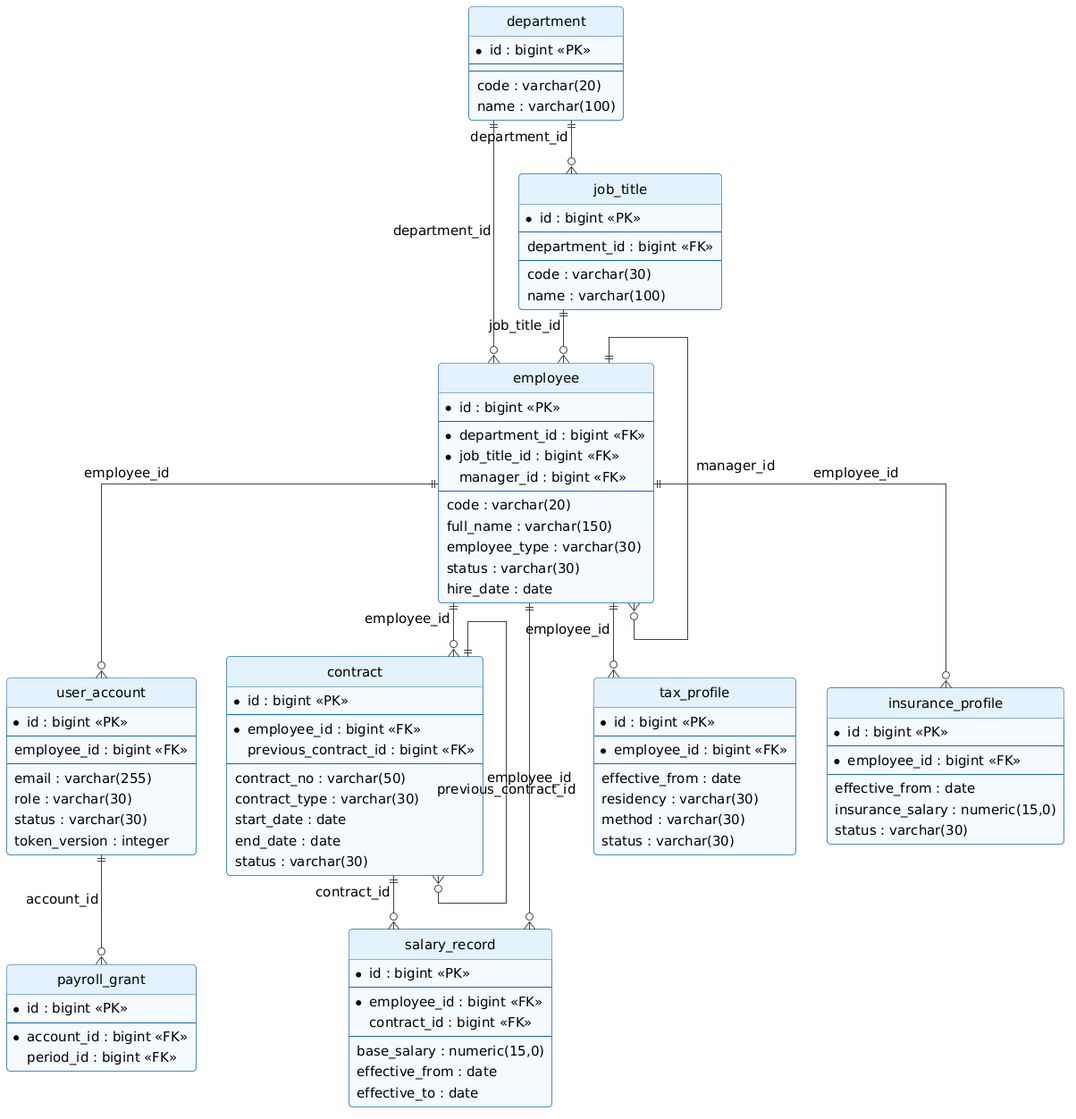
The PlantUML diagram docs/uml/png/fig4_4_erd_account_hr.png in gihan160306/HRFlow, before a commit. Source of this version:
```plantuml
@startuml
skinparam backgroundColor #FFFFFF
skinparam shadowing false
skinparam roundCorner 8
skinparam defaultFontSize 16
skinparam ArrowColor #444444
skinparam ArrowFontSize 14
skinparam maxMessageSize 220
skinparam wrapWidth 260
skinparam padding 3
skinparam actorBorderColor #333333
skinparam actorBackgroundColor #FFFFFF
skinparam usecaseBorderColor #1565C0
skinparam usecaseBackgroundColor #E3F2FD
skinparam rectangleBorderColor #546E7A
skinparam rectangleBackgroundColor #FAFAFA
skinparam packageBorderColor #546E7A
skinparam packageBackgroundColor #FAFAFA
skinparam classBorderColor #1565C0
skinparam classBackgroundColor #F5FAFF
skinparam classHeaderBackgroundColor #E3F2FD
skinparam participantBorderColor #1565C0
skinparam participantBackgroundColor #E3F2FD
skinparam sequenceLifeLineBorderColor #888888
skinparam sequenceGroupBorderColor #888888
skinparam stateBorderColor #1565C0
skinparam stateBackgroundColor #E3F2FD
skinparam activityBorderColor #1565C0
skinparam activityBackgroundColor #E3F2FD
skinparam noteBorderColor #F9A825
skinparam noteBackgroundColor #FFF8E1

hide circle
skinparam linetype ortho
skinparam entityBackgroundColor #F5FAFF
skinparam entityBorderColor #1565C0
skinparam defaultFontSize 15
entity user_account {
  * id : bigint <<PK>>
  --
  employee_id : bigint <<FK>>
  --
  email : varchar(255)
  role : varchar(30)
  status : varchar(30)
  token_version : integer
}
entity payroll_grant {
  * id : bigint <<PK>>
  --
  * account_id : bigint <<FK>>
  period_id : bigint <<FK>>
}
entity employee {
  * id : bigint <<PK>>
  --
  * department_id : bigint <<FK>>
  * job_title_id : bigint <<FK>>
  manager_id : bigint <<FK>>
  --
  code : varchar(20)
  full_name : varchar(150)
  employee_type : varchar(30)
  status : varchar(30)
  hire_date : date
}
entity department {
  * id : bigint <<PK>>
  --
  --
  code : varchar(20)
  name : varchar(100)
}
entity job_title {
  * id : bigint <<PK>>
  --
  department_id : bigint <<FK>>
  --
  code : varchar(30)
  name : varchar(100)
}
entity contract {
  * id : bigint <<PK>>
  --
  * employee_id : bigint <<FK>>
  previous_contract_id : bigint <<FK>>
  --
  contract_no : varchar(50)
  contract_type : varchar(30)
  start_date : date
  end_date : date
  status : varchar(30)
}
entity salary_record {
  * id : bigint <<PK>>
  --
  * employee_id : bigint <<FK>>
  contract_id : bigint <<FK>>
  --
  base_salary : numeric(15,0)
  effective_from : date
  effective_to : date
}
entity tax_profile {
  * id : bigint <<PK>>
  --
  * employee_id : bigint <<FK>>
  --
  effective_from : date
  residency : varchar(30)
  method : varchar(30)
  status : varchar(30)
}
entity insurance_profile {
  * id : bigint <<PK>>
  --
  * employee_id : bigint <<FK>>
  --
  effective_from : date
  insurance_salary : numeric(15,0)
  status : varchar(30)
}
employee ||--o{ user_account : employee_id
user_account ||--o{ payroll_grant : account_id
department ||--o{ employee : department_id
job_title ||--o{ employee : job_title_id
employee ||--o{ employee : manager_id
department ||--o{ job_title : department_id
employee ||--o{ contract : employee_id
contract ||--o{ contract : previous_contract_id
employee ||--o{ salary_record : employee_id
contract ||--o{ salary_record : contract_id
employee ||--o{ tax_profile : employee_id
employee ||--o{ insurance_profile : employee_id
@enduml
```
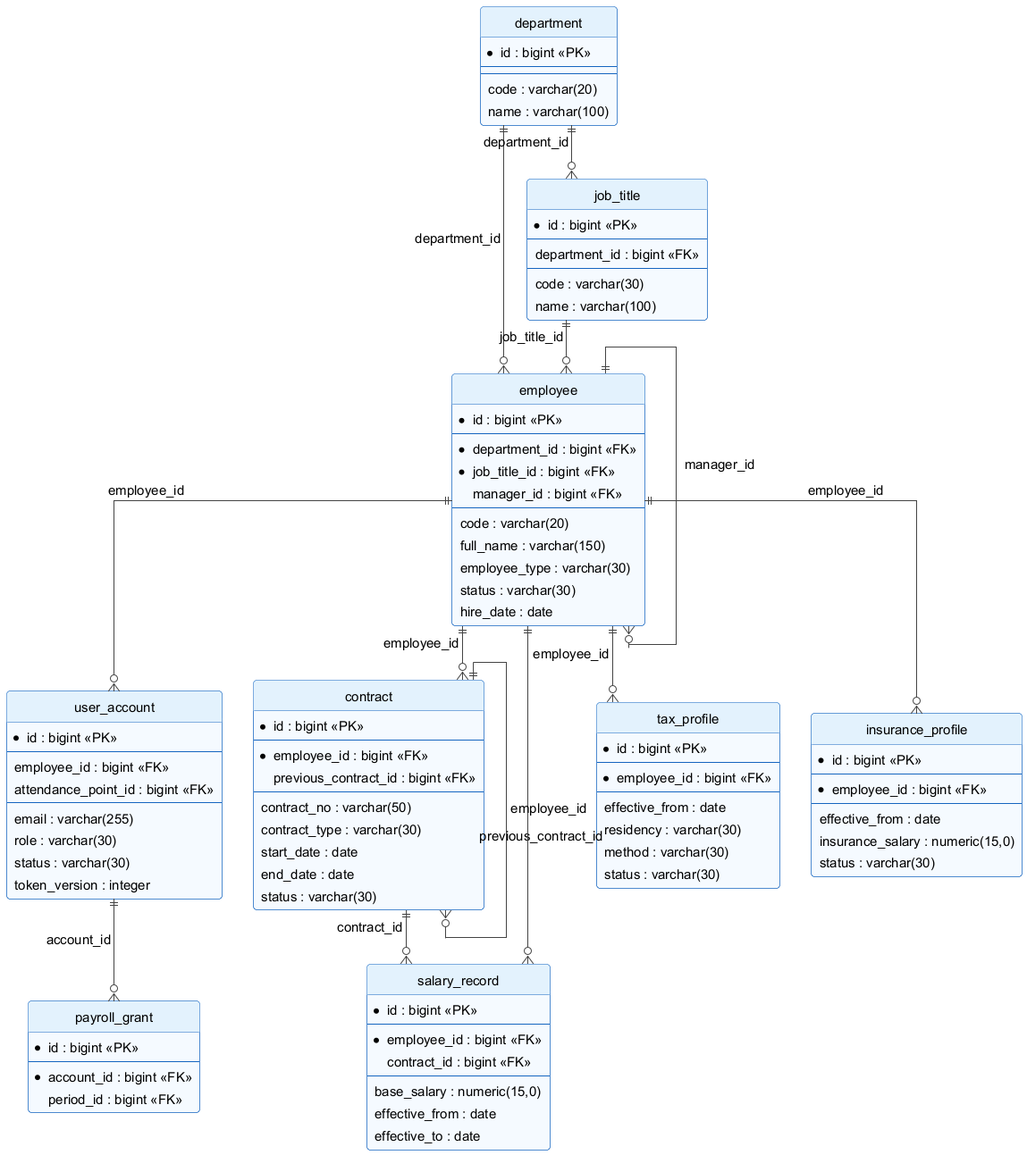
Later version of the same file.

Diff of the diagram source:
```diff
@@ -1,4 +1,4 @@
-@startuml
+@startuml fig4_4_erd_account_hr
 skinparam backgroundColor #FFFFFF
 skinparam shadowing false
 skinparam roundCorner 8
@@ -39,6 +39,7 @@
   * id : bigint <<PK>>
   --
   employee_id : bigint <<FK>>
+  attendance_point_id : bigint <<FK>>
   --
   email : varchar(255)
   role : varchar(30)
```
